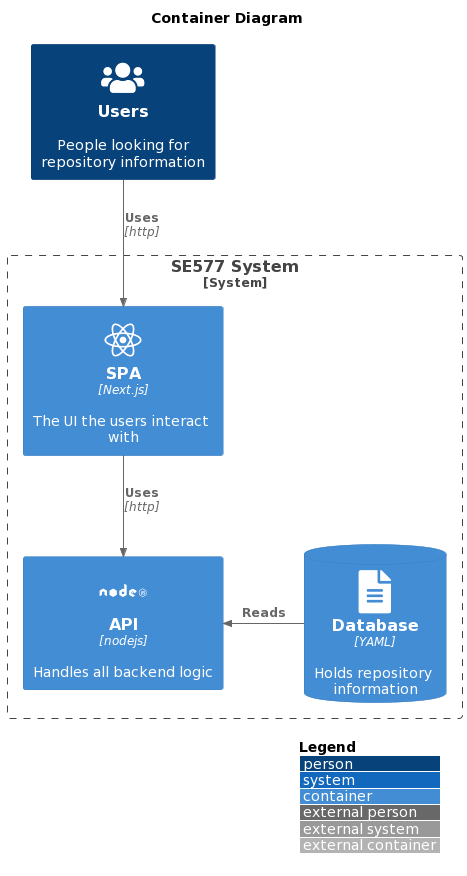
Above: arch/c4_container.png in derjust/se577 (PlantUML), before the change.
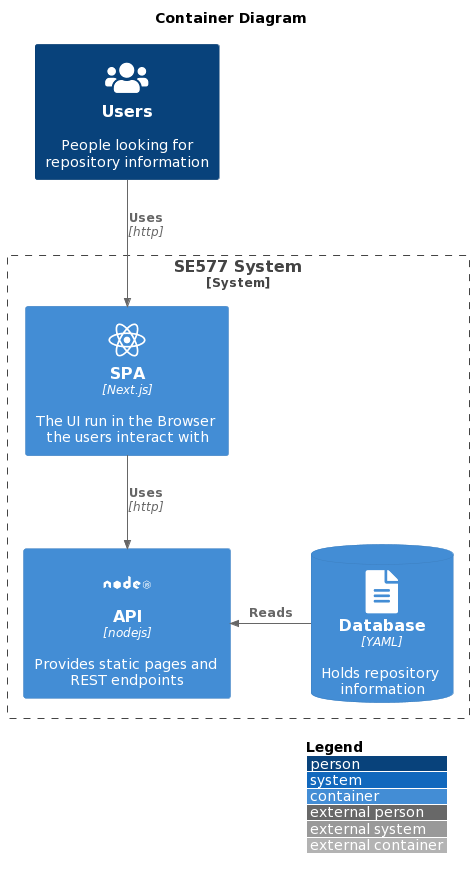
The same file after the commit.

What changed in the source:
```diff
@@ -15,8 +15,8 @@
 
 Person(user, "Users", "People looking for repository information", $sprite="users")
 System_Boundary(c1, "SE577 System") {
-	Container(spa, "SPA", "Next.js", "The UI the users interact with", $sprite="react")
-	Container(api, "API", "nodejs", "Handles all backend logic", $sprite="nodejs")
+	Container(spa, "SPA", "Next.js", "The UI run in the Browser the users interact with", $sprite="react")
+	Container(api, "API", "nodejs", "Provides static pages and REST endpoints", $sprite="nodejs")
 	ContainerDb(db, "Database", "YAML", "Holds repository information", $sprite="file_alt")
 }
 
```
